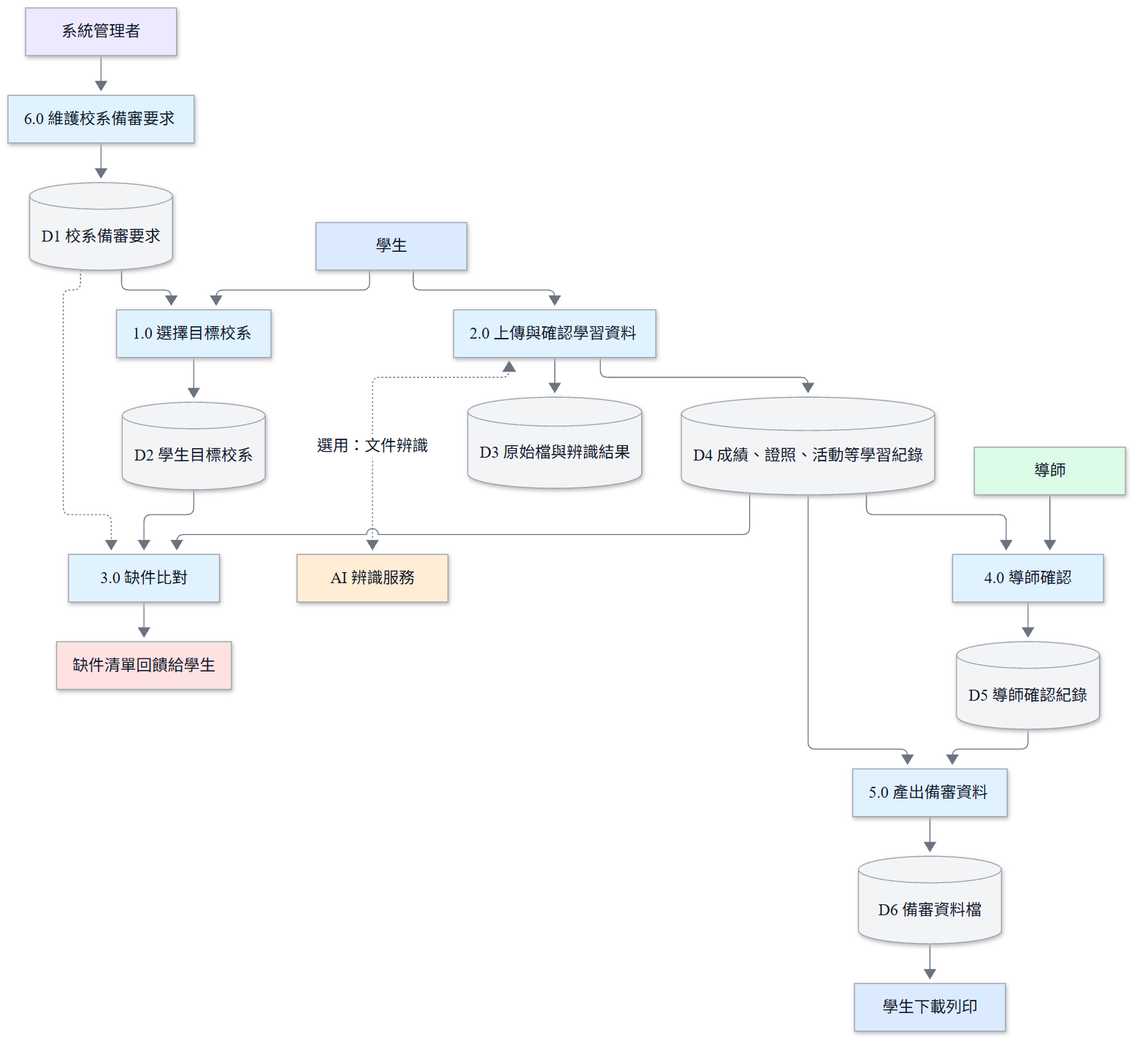
vujhdcusa/1028 keeps this Mermaid diagram as docs/images/D-06-dfd.png. Above is the earlier version. Its source is kept beside it as docs/images/D-06-dfd.mmd. Source of this version:
```mermaid
%%{init: {'theme':'base','themeVariables': {'fontFamily':'Microsoft JhengHei, Noto Sans TC, Arial, sans-serif','primaryColor':'#F3F4F6','primaryTextColor':'#111827','primaryBorderColor':'#9CA3AF','lineColor':'#6B7280','edgeLabelBackground':'#FFFFFF'},'flowchart':{'wrappingWidth':400}}}%%
flowchart TD
    classDef student fill:#DBEAFE,stroke:#9CA3AF,color:#111827,stroke-width:1px;
    classDef teacher fill:#DCFCE7,stroke:#9CA3AF,color:#111827,stroke-width:1px;
    classDef admin fill:#EDE9FE,stroke:#9CA3AF,color:#111827,stroke-width:1px;
    classDef system fill:#E0F2FE,stroke:#9CA3AF,color:#111827,stroke-width:1px;
    classDef store fill:#F3F4F6,stroke:#9CA3AF,color:#111827,stroke-width:1px;
    classDef ai fill:#FFEDD5,stroke:#9CA3AF,color:#111827,stroke-width:1px;
    classDef alert fill:#FEE2E2,stroke:#9CA3AF,color:#111827,stroke-width:1px;
    classDef pending fill:#FFFFFF,stroke:#9CA3AF,color:#6B7280,stroke-width:1px,stroke-dasharray:5 3;

    Admin[系統管理者]:::admin --> P6[6.0 維護校系備審要求]:::system
    P6 --> D1[(D1 校系備審要求)]:::store
    D1 --> P1[1.0 選擇目標校系]:::system
    Student[學生]:::student --> P1
    P1 --> D2[(D2 學生目標校系)]:::store
    Student --> P2[2.0 上傳與確認學習資料]:::system
    P2 <-. 選用：文件辨識 .-> AI[AI 辨識服務]:::ai
    P2 --> D3[(D3 原始檔與辨識結果)]:::store
    P2 --> D4[(D4 成績、證照、活動等學習紀錄)]:::store
    D2 --> P3[3.0 缺件比對]:::system
    D4 --> P3
    D1 -.-> P3
    P3 --> Gap[缺件清單回饋給學生]:::alert
    D4 --> P4[4.0 導師確認]:::system
    Teacher[導師]:::teacher --> P4
    P4 --> D5[(D5 導師確認紀錄)]:::store
    D5 --> P5[5.0 產出備審資料]:::system
    D4 --> P5
    P5 --> D6[(D6 備審資料檔)]:::store
    D6 --> Download[學生下載列印]:::student
```
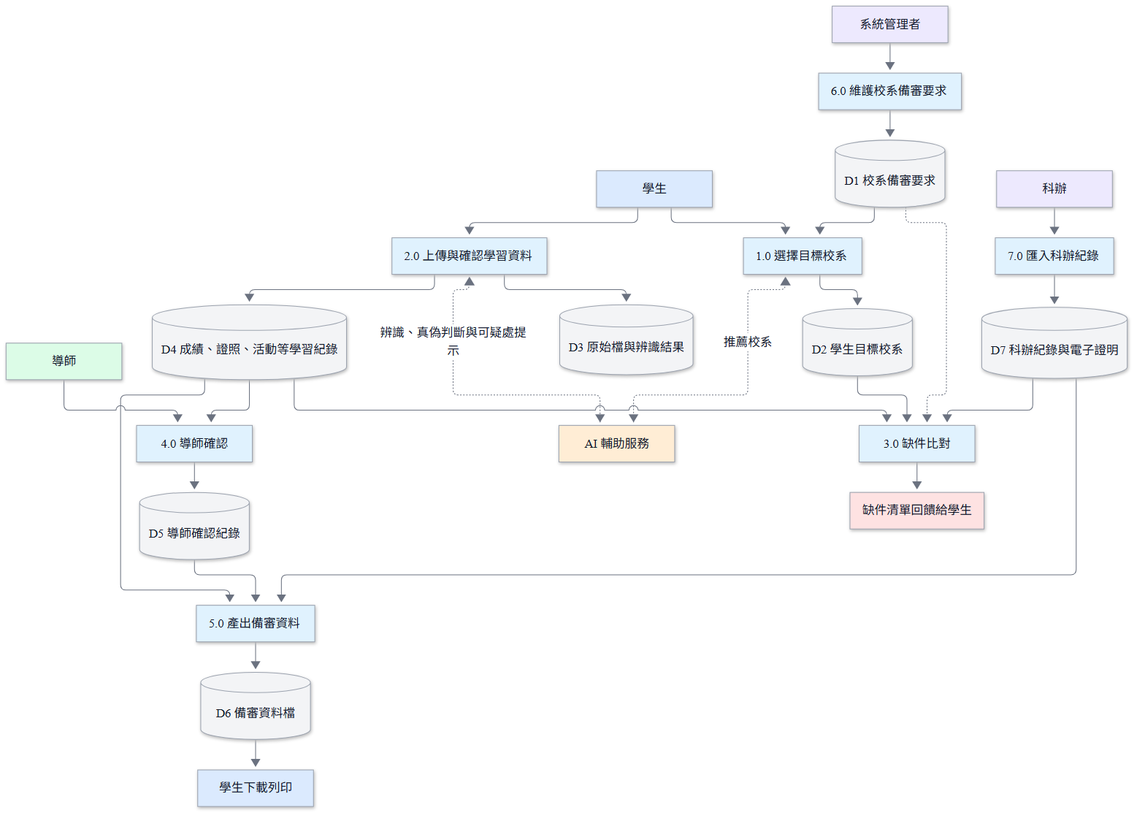
The same diagram one commit later.

What changed in the source:
```diff
@@ -15,7 +15,8 @@
     Student[學生]:::student --> P1
     P1 --> D2[(D2 學生目標校系)]:::store
     Student --> P2[2.0 上傳與確認學習資料]:::system
-    P2 <-. 選用：文件辨識 .-> AI[AI 辨識服務]:::ai
+    P2 <-. 辨識、真偽判斷與可疑處提示 .-> AI[AI 輔助服務]:::ai
+    P1 <-. 推薦校系 .-> AI
     P2 --> D3[(D3 原始檔與辨識結果)]:::store
     P2 --> D4[(D4 成績、證照、活動等學習紀錄)]:::store
     D2 --> P3[3.0 缺件比對]:::system
@@ -29,3 +30,7 @@
     D4 --> P5
     P5 --> D6[(D6 備審資料檔)]:::store
     D6 --> Download[學生下載列印]:::student
+    Staff[科辦]:::admin --> P7[7.0 匯入科辦紀錄]:::system
+    P7 --> D7[(D7 科辦紀錄與電子證明)]:::store
+    D7 --> P3
+    D7 --> P5
```
